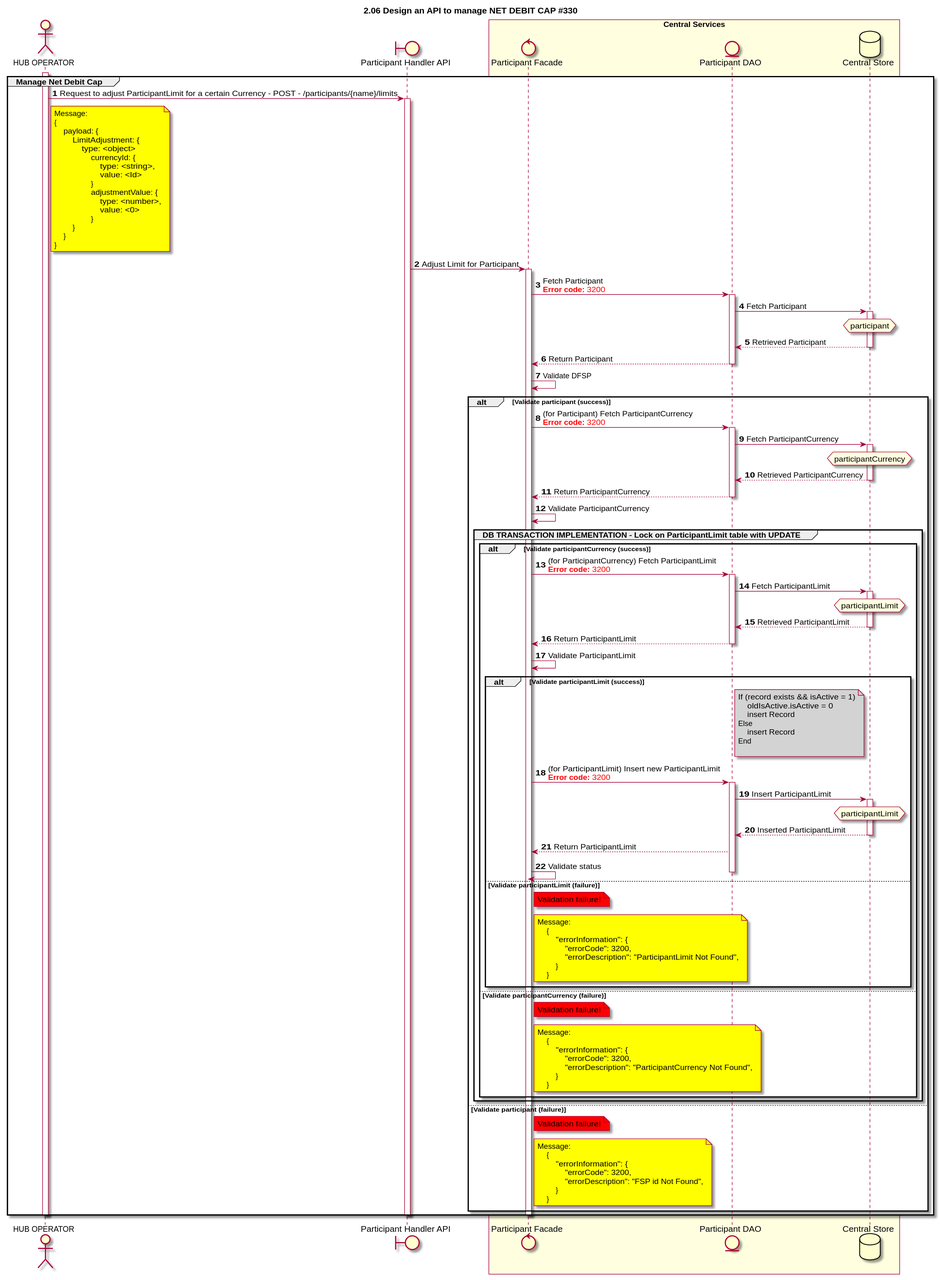
The PlantUML diagram CentralServices/seq_diagrams/participant/manage_participant_limit.svg in ggrg/docs, before a commit.
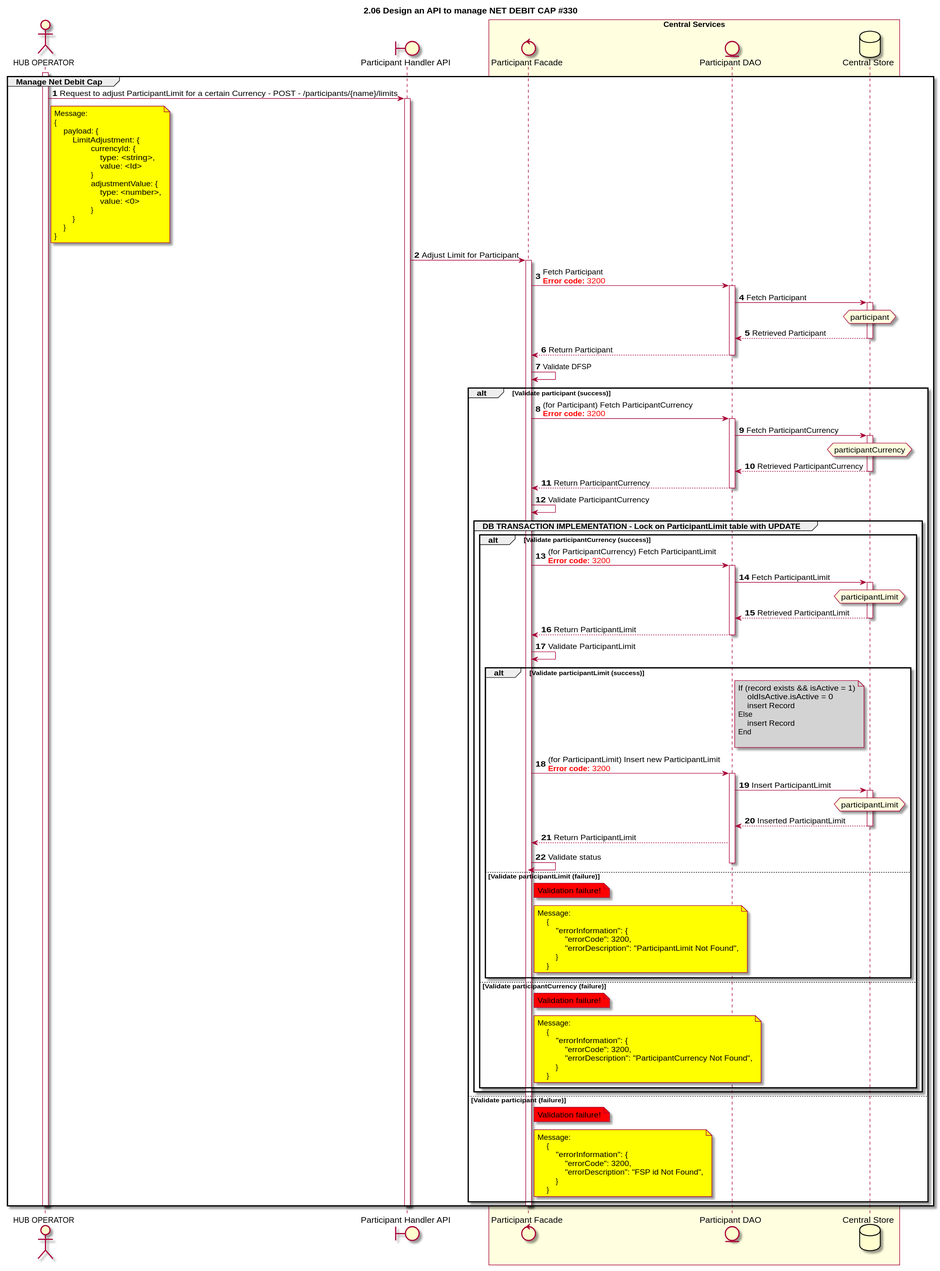
The same diagram one commit later.

Commit message:
updated svg diagram to reflect latest changes in plantuml file.

What changed in the source:
```diff
@@ -24,7 +24,6 @@
         {
             payload: {
                 LimitAdjustment: {
-                    type: <object>
                         currencyId: {
                             type: <string>,
                             value: <Id>
```
